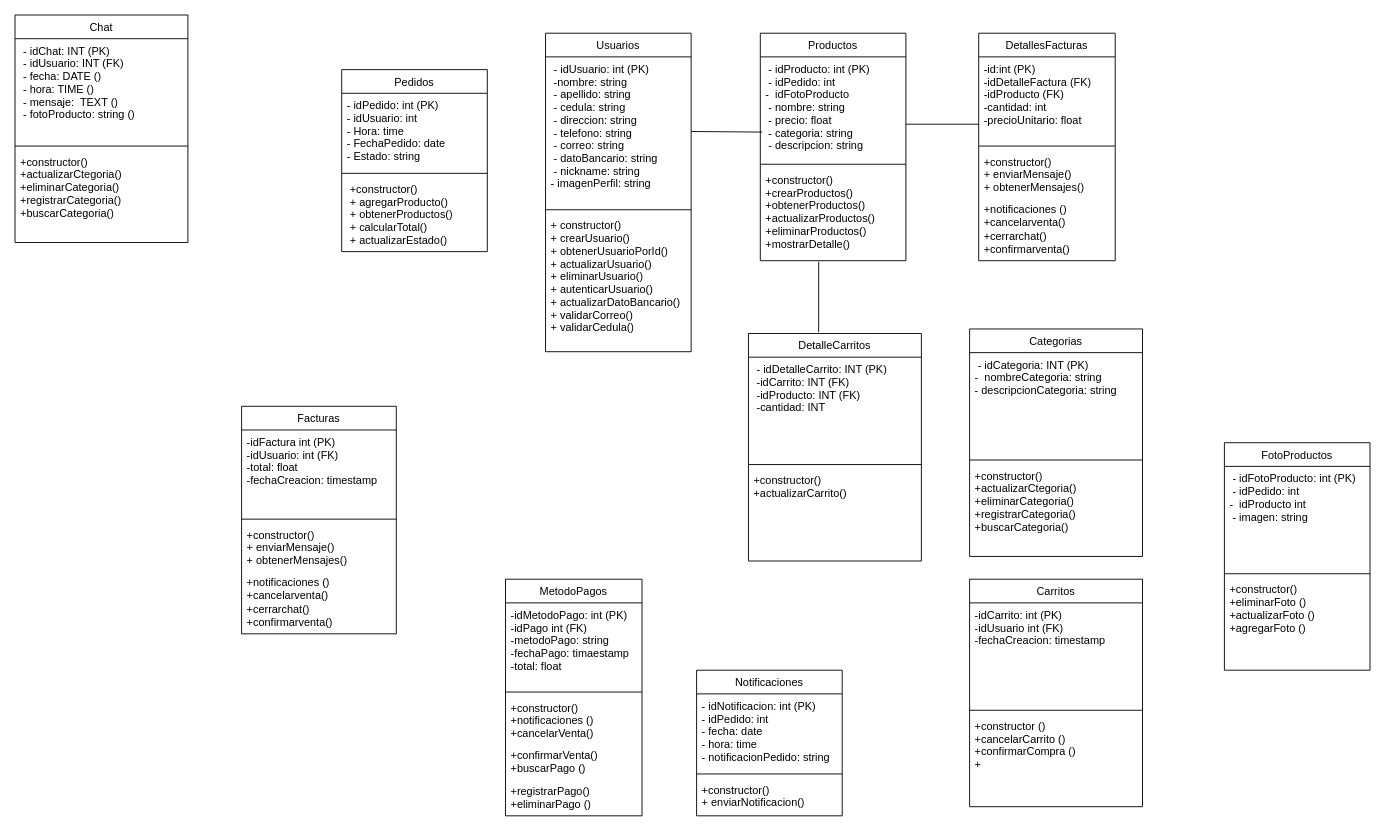
DarkJ-18/DiagramaClasesKamiapp keeps this draw.io diagram as DiagramaClasesKamiapp copy.drawio. Above is the earlier version. Source tidied: cells renumbered, new cells numbered last; positions are measured from the earlier drawing's top-left corner, leaving out a move shared by most shapes. Both pictures are drawn from the tidied source at 91%, with x=0, y=0 at pixel (15, 15).
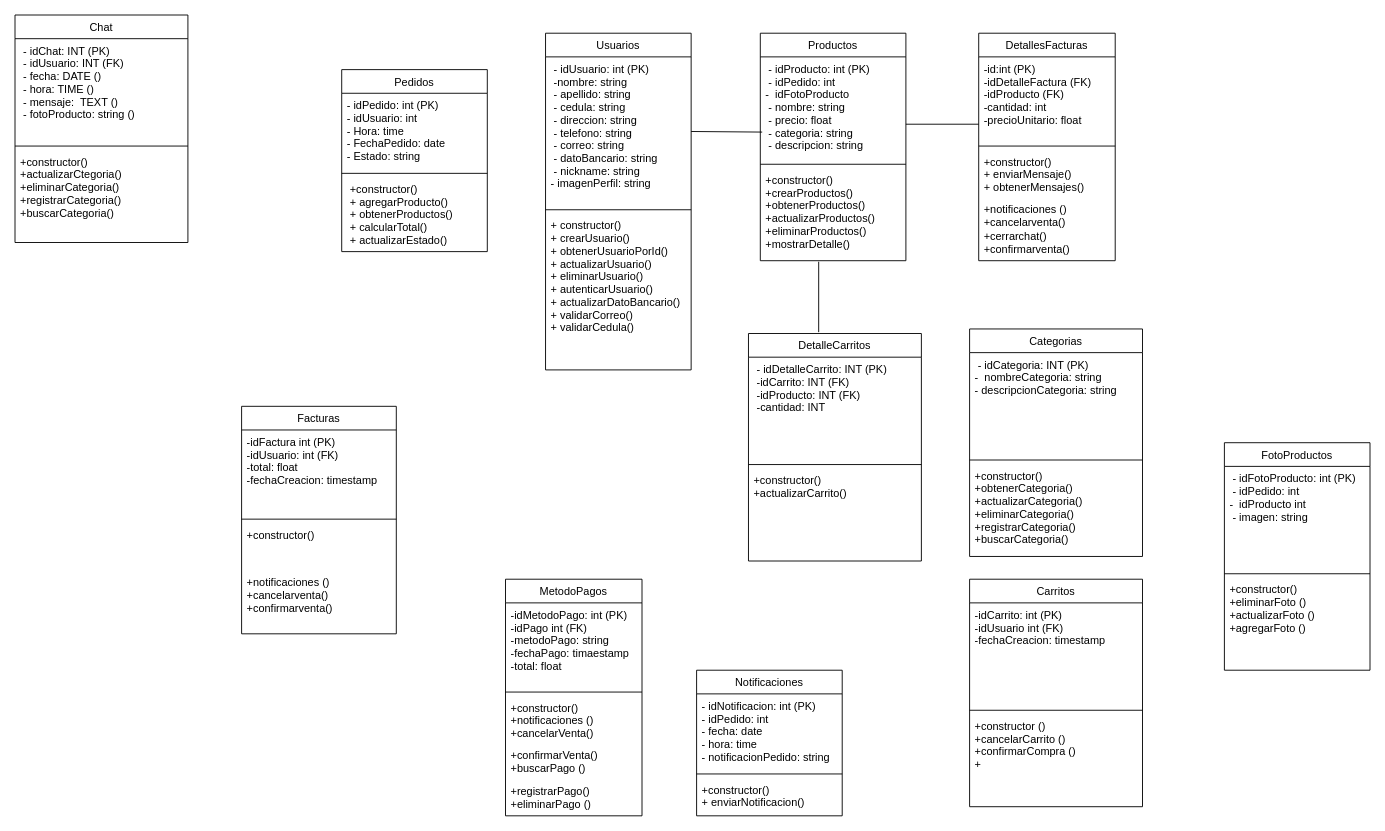
Above is the later version.

Commit message:
subo cambios

The change refers to these unchanged cells:
```xml
<mxCell id="6" value="Facturas" style="swimlane;fontStyle=0;align=center;verticalAlign=top;horizontal=1;startSize=26;rounded=0;shadow=0;strokeWidth=1;fontSize=12;" parent="1" vertex="1">
  <mxGeometry x="249" y="430" width="170" height="250" as="geometry" />
</mxCell>
<mxCell id="40" value="Categorias" style="swimlane;fontStyle=0;align=center;verticalAlign=top;horizontal=1;startSize=26;rounded=0;shadow=0;strokeWidth=1;fontSize=12;" parent="1" vertex="1">
  <mxGeometry x="1049" y="345" width="190" height="250" as="geometry" />
</mxCell>
```

The edit, as a diff of the source:
```diff
@@
     <mxCell id="2" value="Usuarios" style="swimlane;fontStyle=0;align=center;verticalAlign=top;horizontal=1;startSize=26;rounded=0;shadow=0;strokeWidth=1;fontSize=12;" parent="1" vertex="1">
-      <mxGeometry x="583" y="20" width="160" height="350" as="geometry" />
+      <mxGeometry x="583" y="20" width="160" height="370" as="geometry" />
     </mxCell>
@@
     <mxCell id="5" value="+ constructor()&#10;+ crearUsuario()&#10;+ obtenerUsuarioPorId()&#10;+ actualizarUsuario()&#10;+ eliminarUsuario()&#10;+ autenticarUsuario()&#10;+ actualizarDatoBancario()&#10;+ validarCorreo()&#10;+ validarCedula()" style="text;align=left;verticalAlign=top;spacingLeft=4;spacingRight=4;overflow=hidden;fontSize=12;" parent="2" vertex="1">
-      <mxGeometry y="198" width="160" height="140" as="geometry" />
+      <mxGeometry y="198" width="160" height="172" as="geometry" />
     </mxCell>
@@
-    <mxCell id="9" value="+constructor()&#10;+ enviarMensaje()&#10;+ obtenerMensajes()" style="text;align=left;verticalAlign=top;spacingLeft=4;spacingRight=4;overflow=hidden;fontSize=12;" parent="6" vertex="1">
+    <mxCell id="9" value="+constructor()" style="text;align=left;verticalAlign=top;spacingLeft=4;spacingRight=4;overflow=hidden;fontSize=12;" parent="6" vertex="1">
       <mxGeometry y="128" width="170" height="52" as="geometry" />
     </mxCell>
-    <mxCell id="10" value="+notificaciones ()&#10;+cancelarventa()" style="text;align=left;verticalAlign=top;spacingLeft=4;spacingRight=4;overflow=hidden;fontSize=12;" parent="6" vertex="1">
-      <mxGeometry y="180" width="170" height="30" as="geometry" />
+    <mxCell id="10" value="+notificaciones ()&#10;+cancelarventa()&#10;+confirmarventa()" style="text;align=left;verticalAlign=top;spacingLeft=4;spacingRight=4;overflow=hidden;fontSize=12;" parent="6" vertex="1">
+      <mxGeometry y="180" width="170" height="50" as="geometry" />
     </mxCell>
-    <mxCell id="11" value="+cerrarchat()&#10;+confirmarventa()" style="text;align=left;verticalAlign=top;spacingLeft=4;spacingRight=4;overflow=hidden;fontSize=12;" parent="6" vertex="1">
-      <mxGeometry y="210" width="170" height="40" as="geometry" />
-    </mxCell>
@@
-    <mxCell id="43" value="+constructor()&#10;+actualizarCtegoria()&#10;+eliminarCategoria()&#10;+registrarCategoria()&#10;+buscarCategoria()" style="text;align=left;verticalAlign=top;spacingLeft=4;spacingRight=4;overflow=hidden;fontSize=12;" parent="40" vertex="1">
+    <mxCell id="43" value="+constructor()&#10;+obtenerCategoria()&#10;+actualizarCategoria()&#10;+eliminarCategoria()&#10;+registrarCategoria()&#10;+buscarCategoria()" style="text;align=left;verticalAlign=top;spacingLeft=4;spacingRight=4;overflow=hidden;fontSize=12;" parent="40" vertex="1">
       <mxGeometry y="148" width="190" height="102" as="geometry" />
     </mxCell>
```
